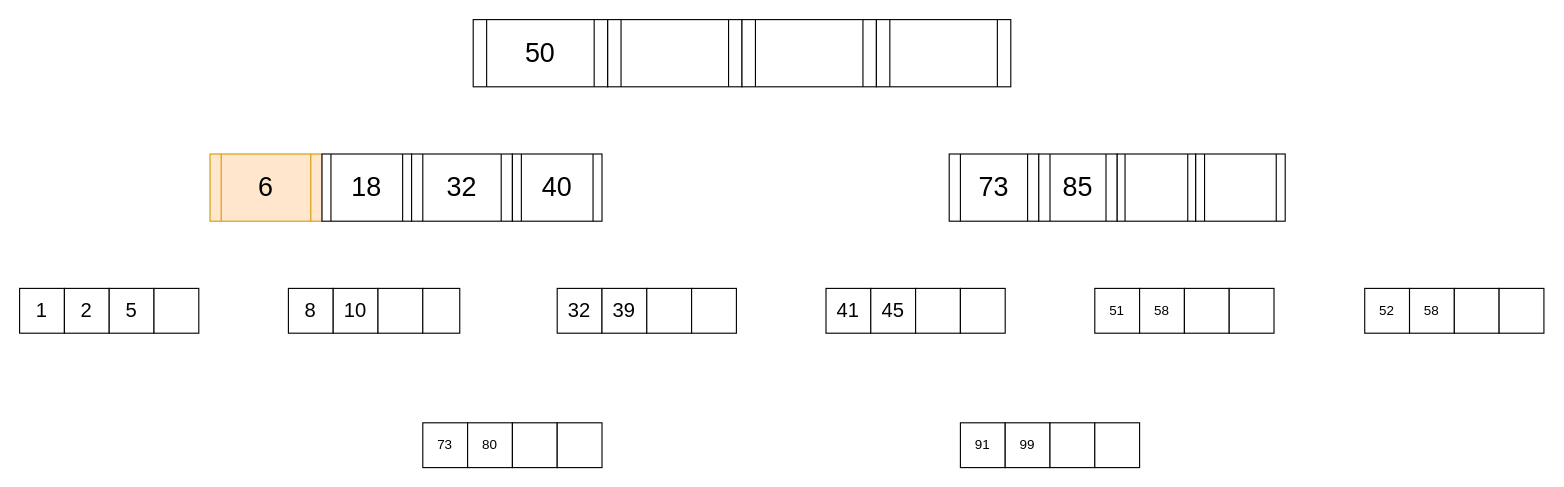
Above: page "Page-5" (5 of 8) of Untitled Diagram.drawio in Bibi2002/Proekt (draw.io), before the change. Source tidied: cells renumbered, new cells numbered last; positions are measured from the earlier drawing's top-left corner, leaving out a move shared by most shapes. Both pictures are drawn from the tidied source at 112%, with x=0, y=0 at pixel (19, 19).
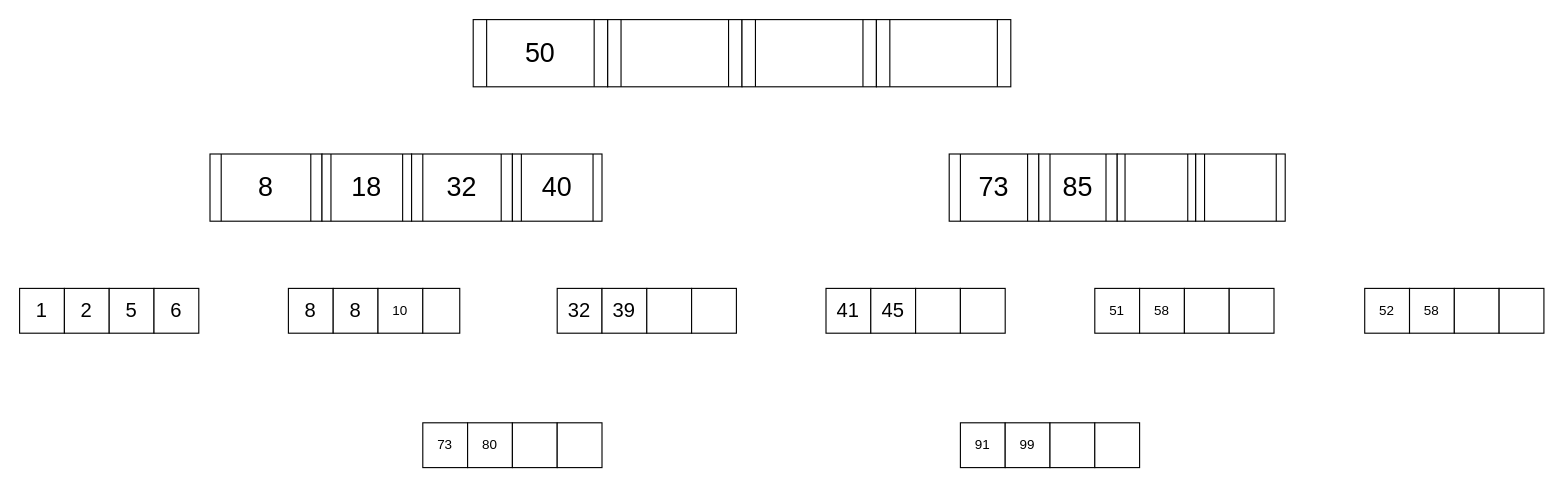
The same page after the edit.

What changed in the source:
```diff
@@
-    <mxCell id="6" value="&lt;font style=&quot;font-size: 24px&quot;&gt;6&lt;/font&gt;" style="shape=process;whiteSpace=wrap;html=1;backgroundOutline=1;hachureGap=4;align=center;fillColor=#ffe6cc;strokeColor=#d79b00;" parent="1" vertex="1">
+    <mxCell id="6" value="&lt;font style=&quot;font-size: 24px&quot;&gt;8&lt;/font&gt;" style="shape=process;whiteSpace=wrap;html=1;backgroundOutline=1;hachureGap=4;align=center;" parent="1" vertex="1">
       <mxGeometry x="170" y="120" width="100" height="60" as="geometry" />
     </mxCell>
@@
-    <mxCell id="17" value="&lt;span style=&quot;font-size: 18px&quot;&gt;&amp;nbsp;&lt;/span&gt;" style="rounded=0;whiteSpace=wrap;html=1;hachureGap=4;align=center;" parent="1" vertex="1">
+    <mxCell id="17" value="&lt;span style=&quot;font-size: 18px&quot;&gt;6&lt;/span&gt;" style="rounded=0;whiteSpace=wrap;html=1;hachureGap=4;align=center;" parent="1" vertex="1">
       <mxGeometry x="120" y="240" width="40" height="40" as="geometry" />
     </mxCell>
@@
-    <mxCell id="23" value="&lt;span style=&quot;font-size: 18px&quot;&gt;10&lt;/span&gt;" style="rounded=0;whiteSpace=wrap;html=1;hachureGap=4;align=center;" parent="1" vertex="1">
+    <mxCell id="23" value="&lt;span style=&quot;font-size: 18px&quot;&gt;8&lt;/span&gt;" style="rounded=0;whiteSpace=wrap;html=1;hachureGap=4;align=center;" parent="1" vertex="1">
       <mxGeometry x="280" y="240" width="40" height="40" as="geometry" />
     </mxCell>
-    <mxCell id="24" style="rounded=0;whiteSpace=wrap;html=1;hachureGap=4;align=center;" parent="1" vertex="1">
+    <mxCell id="24" value="10" style="rounded=0;whiteSpace=wrap;html=1;hachureGap=4;align=center;" parent="1" vertex="1">
       <mxGeometry x="320" y="240" width="40" height="40" as="geometry" />
     </mxCell>
```
